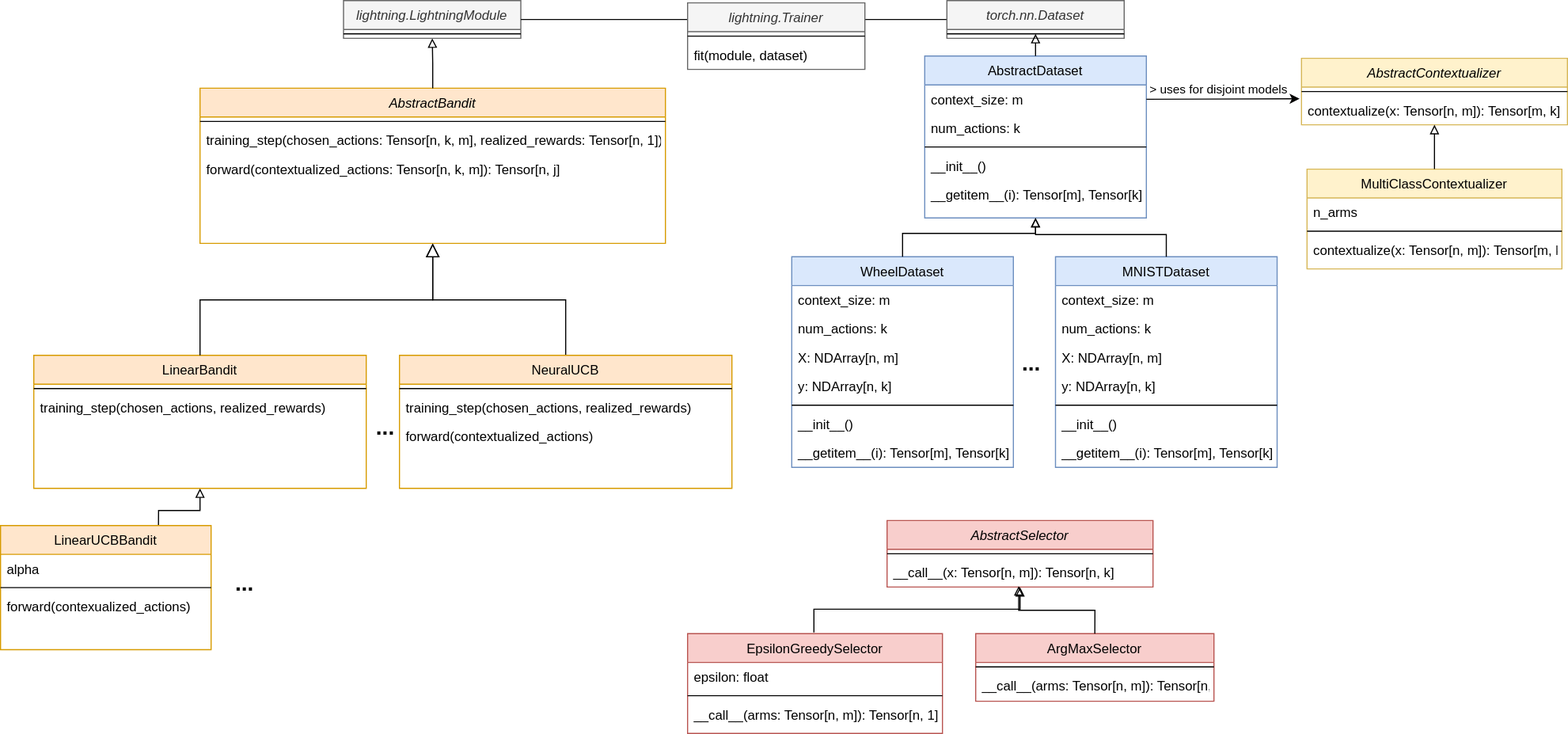
The draw.io diagram docs/architecture_29_01_2025.drawio.svg in neural-bandits/calvera, before a commit. Source tidied: cells renumbered, new cells last; positions are measured from the earlier drawing's top-left corner, leaving out a move shared by most shapes.
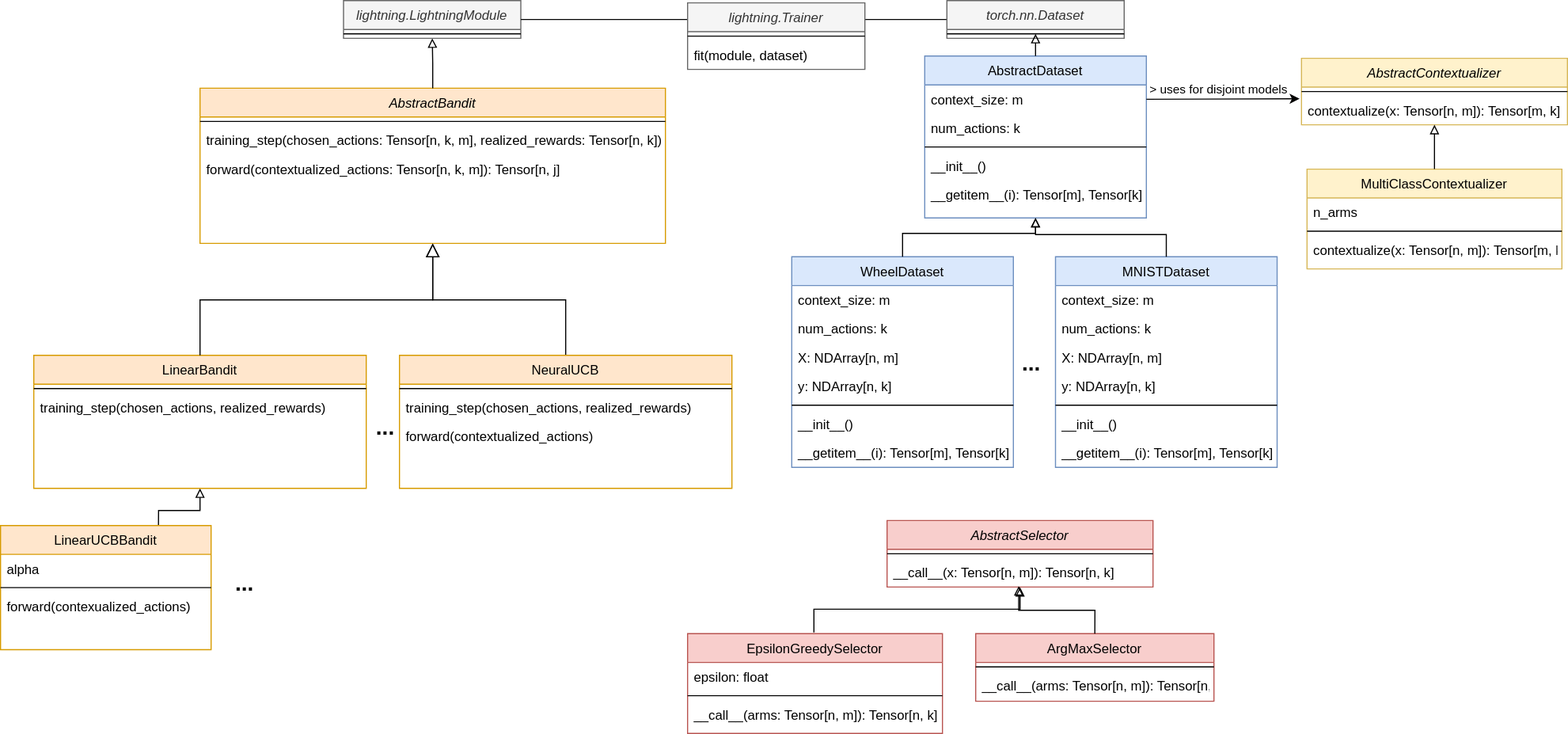
Later version of the same file.

Commit message:
updated interface indices for combinatorial bandits

Diff of the diagram source:
```diff
@@ -8,7 +8,7 @@
     <mxCell id="3" style="line;html=1;strokeWidth=1;align=left;verticalAlign=middle;spacingTop=-1;spacingLeft=3;spacingRight=3;labelPosition=right;" parent="2" vertex="1">
       <mxGeometry y="26" width="420" height="8" as="geometry" />
     </mxCell>
-    <mxCell id="4" value="training_step(chosen_actions: Tensor[n, k, m], realized_rewards: Tensor[n, 1])" style="text;align=left;verticalAlign=top;spacingLeft=4;spacingRight=4;overflow=hidden;" parent="2" vertex="1">
+    <mxCell id="4" value="training_step(chosen_actions: Tensor[n, k, m], realized_rewards: Tensor[n, k])" style="text;align=left;verticalAlign=top;spacingLeft=4;spacingRight=4;overflow=hidden;" parent="2" vertex="1">
       <mxGeometry y="34" width="420" height="26" as="geometry" />
     </mxCell>
     <mxCell id="5" value="forward(contextualized_actions: Tensor[n, k, m]): Tensor[n, j]" style="text;align=left;verticalAlign=top;spacingLeft=4;spacingRight=4;overflow=hidden;" parent="2" vertex="1">
@@ -161,7 +161,7 @@
     <mxCell id="54" style="line;html=1;strokeWidth=1;align=left;verticalAlign=middle;spacingTop=-1;spacingLeft=3;spacingRight=3;labelPosition=right;" parent="53" vertex="1">
       <mxGeometry y="26" width="215" height="8" as="geometry" />
     </mxCell>
-    <mxCell id="55" value="__call__(arms: Tensor[n, m]): Tensor[n, 1]" style="text;align=left;verticalAlign=top;spacingLeft=4;spacingRight=4;overflow=hidden;" parent="53" vertex="1">
+    <mxCell id="55" value="__call__(arms: Tensor[n, m]): Tensor[n, k]" style="text;align=left;verticalAlign=top;spacingLeft=4;spacingRight=4;overflow=hidden;" parent="53" vertex="1">
       <mxGeometry y="34" width="215" height="26" as="geometry" />
     </mxCell>
     <mxCell id="56" value="EpsilonGreedySelector" style="swimlane;fontStyle=0;align=center;verticalAlign=top;horizontal=1;startSize=26;rounded=0;shadow=0;strokeWidth=1;fillColor=#f8cecc;strokeColor=#b85450;" parent="1" vertex="1">
@@ -173,7 +173,7 @@
     <mxCell id="58" style="line;html=1;strokeWidth=1;align=left;verticalAlign=middle;spacingTop=-1;spacingLeft=3;spacingRight=3;labelPosition=right;" parent="56" vertex="1">
       <mxGeometry y="52" width="230" height="8" as="geometry" />
     </mxCell>
-    <mxCell id="59" value="__call__(arms: Tensor[n, m]): Tensor[n, 1]" style="text;align=left;verticalAlign=top;spacingLeft=4;spacingRight=4;overflow=hidden;" parent="56" vertex="1">
+    <mxCell id="59" value="__call__(arms: Tensor[n, m]): Tensor[n, k]" style="text;align=left;verticalAlign=top;spacingLeft=4;spacingRight=4;overflow=hidden;" parent="56" vertex="1">
       <mxGeometry y="60" width="230" height="26" as="geometry" />
     </mxCell>
     <mxCell id="60" style="edgeStyle=orthogonalEdgeStyle;rounded=0;jettySize=auto;html=1;endArrow=block;endFill=0;exitX=0.5;exitY=0;exitDx=0;exitDy=0;" parent="1" edge="1" target="52">
```
